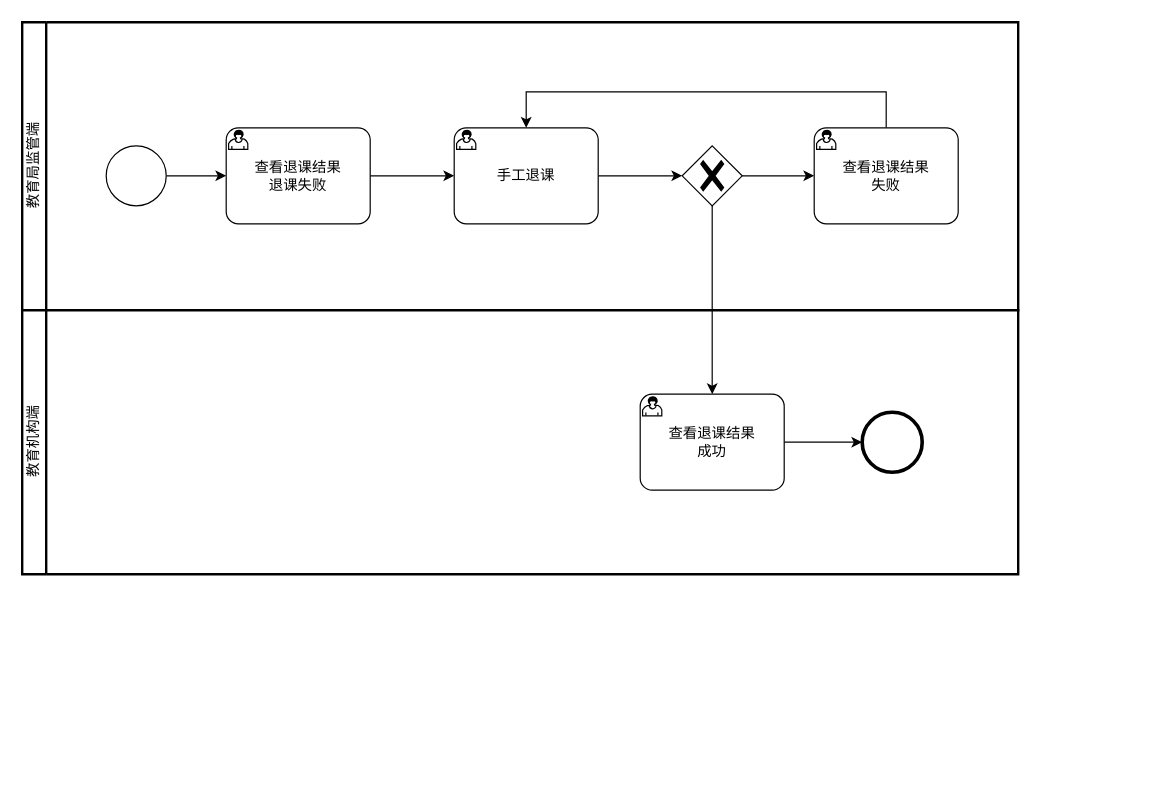
Earlier version of the draw.io diagram page "手工退课" (10 of 10) of docs/资金监管平台流程图.drawio (cuitaocrazy/supervision). Source tidied: cells renumbered, new cells numbered last; positions are measured from the earlier drawing's top-left corner, leaving out a move shared by most shapes. Both pictures are drawn from the tidied source at 120%, with x=0, y=0 at pixel (22, 22).
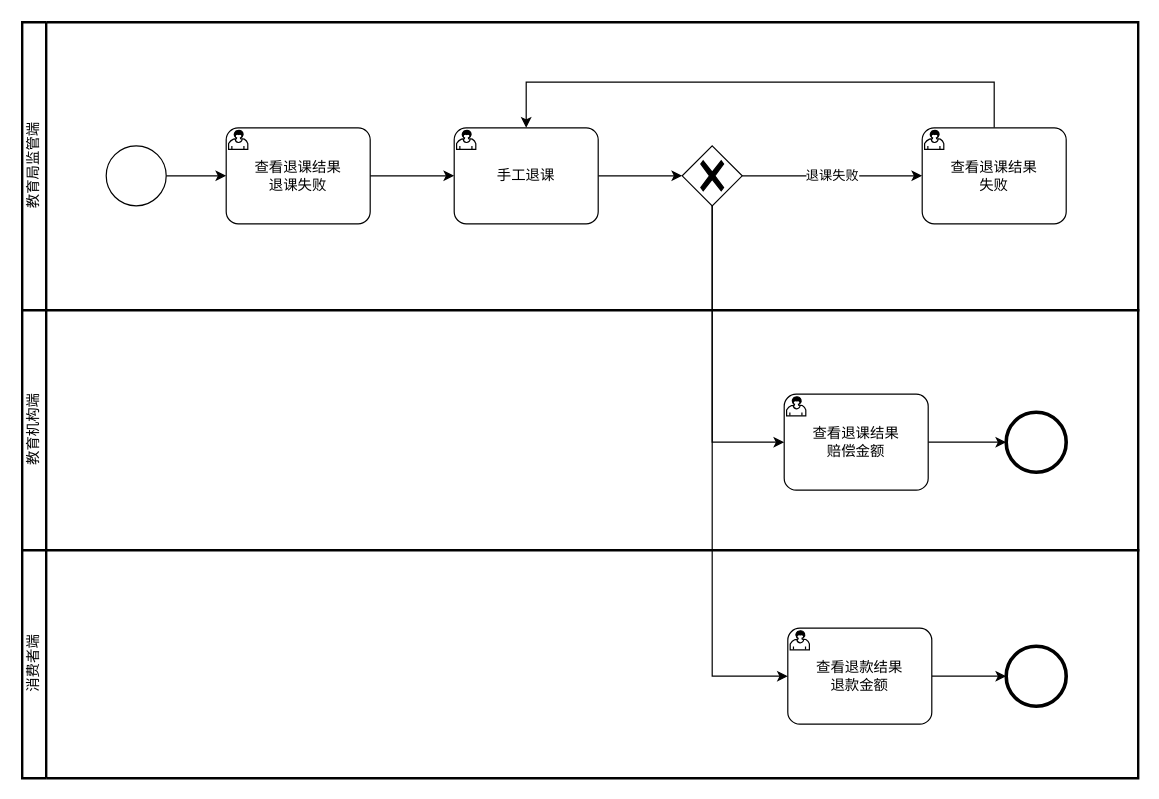
The same diagram, later.

Unchanged cells that the change refers to:
```xml
<mxCell id="8" value="手工退课" style="points=[[0.25,0,0],[0.5,0,0],[0.75,0,0],[1,0.25,0],[1,0.5,0],[1,0.75,0],[0.75,1,0],[0.5,1,0],[0.25,1,0],[0,0.75,0],[0,0.5,0],[0,0.25,0]];shape=mxgraph.bpmn.task;whiteSpace=wrap;rectStyle=rounded;size=10;taskMarker=user;" parent="2" vertex="1">
  <mxGeometry x="360" y="88" width="120" height="80" as="geometry" />
</mxCell>
<mxCell id="10" style="points=[[0.25,0.25,0],[0.5,0,0],[0.75,0.25,0],[1,0.5,0],[0.75,0.75,0],[0.5,1,0],[0.25,0.75,0],[0,0.5,0]];shape=mxgraph.bpmn.gateway2;html=1;verticalLabelPosition=bottom;labelBackgroundColor=#ffffff;verticalAlign=top;align=center;perimeter=rhombusPerimeter;outlineConnect=0;outline=none;symbol=none;gwType=exclusive;" parent="2" vertex="1">
  <mxGeometry x="550" y="103" width="50" height="50" as="geometry" />
</mxCell>
```

What changed in the source:
```diff
@@
     <mxCell id="2" value="教育局监管端" style="swimlane;html=1;startSize=20;fontStyle=0;horizontal=0;swimlaneLine=1;swimlaneFillColor=#ffffff;strokeWidth=2;" parent="1" vertex="1">
-      <mxGeometry width="830" height="240" as="geometry" />
+      <mxGeometry width="930" height="240" as="geometry" />
     </mxCell>
@@
-    <mxCell id="9" style="edgeStyle=orthogonalEdgeStyle;rounded=0;jettySize=auto;html=1;" parent="2" edge="1" source="10" target="12">
+    <mxCell id="9" value="退课失败" style="edgeStyle=orthogonalEdgeStyle;rounded=0;jettySize=auto;html=1;" parent="2" edge="1" source="10" target="12">
       <mxGeometry relative="1" as="geometry" />
     </mxCell>
@@
     <mxCell id="11" style="edgeStyle=orthogonalEdgeStyle;rounded=0;jettySize=auto;html=1;entryX=0.5;entryY=0;entryDx=0;entryDy=0;entryPerimeter=0;" parent="2" edge="1" source="12" target="8">
       <mxGeometry relative="1" as="geometry">
         <Array as="points">
-          <mxPoint x="720" y="58" />
-          <mxPoint x="420" y="58" />
+          <mxPoint x="810" y="50" />
+          <mxPoint x="420" y="50" />
         </Array>
       </mxGeometry>
     </mxCell>
     <mxCell id="12" value="查看退课结果&#10;失败" style="points=[[0.25,0,0],[0.5,0,0],[0.75,0,0],[1,0.25,0],[1,0.5,0],[1,0.75,0],[0.75,1,0],[0.5,1,0],[0.25,1,0],[0,0.75,0],[0,0.5,0],[0,0.25,0]];shape=mxgraph.bpmn.task;whiteSpace=wrap;rectStyle=rounded;size=10;taskMarker=user;" parent="2" vertex="1">
-      <mxGeometry x="660" y="88" width="120" height="80" as="geometry" />
+      <mxGeometry x="750" y="88" width="120" height="80" as="geometry" />
     </mxCell>
     <mxCell id="13" value="教育机构端" style="swimlane;html=1;startSize=20;fontStyle=0;horizontal=0;swimlaneLine=1;swimlaneFillColor=#ffffff;strokeWidth=2;" parent="1" vertex="1">
-      <mxGeometry y="240" width="830" height="220" as="geometry" />
+      <mxGeometry y="240" width="930" height="200" as="geometry" />
     </mxCell>
@@
-    <mxCell id="15" value="查看退课结果&#10;成功" style="points=[[0.25,0,0],[0.5,0,0],[0.75,0,0],[1,0.25,0],[1,0.5,0],[1,0.75,0],[0.75,1,0],[0.5,1,0],[0.25,1,0],[0,0.75,0],[0,0.5,0],[0,0.25,0]];shape=mxgraph.bpmn.task;whiteSpace=wrap;rectStyle=rounded;size=10;taskMarker=user;" parent="13" vertex="1">
-      <mxGeometry x="515" y="70" width="120" height="80" as="geometry" />
+    <mxCell id="15" value="查看退课结果&#10;赔偿金额" style="points=[[0.25,0,0],[0.5,0,0],[0.75,0,0],[1,0.25,0],[1,0.5,0],[1,0.75,0],[0.75,1,0],[0.5,1,0],[0.25,1,0],[0,0.75,0],[0,0.5,0],[0,0.25,0]];shape=mxgraph.bpmn.task;whiteSpace=wrap;rectStyle=rounded;size=10;taskMarker=user;" parent="13" vertex="1">
+      <mxGeometry x="635" y="70" width="120" height="80" as="geometry" />
     </mxCell>
     <mxCell id="16" style="points=[[0.145,0.145,0],[0.5,0,0],[0.855,0.145,0],[1,0.5,0],[0.855,0.855,0],[0.5,1,0],[0.145,0.855,0],[0,0.5,0]];shape=mxgraph.bpmn.event;html=1;verticalLabelPosition=bottom;labelBackgroundColor=#ffffff;verticalAlign=top;align=center;perimeter=ellipsePerimeter;outlineConnect=0;outline=end;symbol=terminate2;" parent="13" vertex="1">
-      <mxGeometry x="700" y="85" width="50" height="50" as="geometry" />
+      <mxGeometry x="820" y="85" width="50" height="50" as="geometry" />
     </mxCell>
+    <mxCell id="18" value="消费者端" style="swimlane;html=1;startSize=20;fontStyle=0;horizontal=0;swimlaneLine=1;swimlaneFillColor=#ffffff;strokeWidth=2;" parent="1" vertex="1">
+      <mxGeometry y="440" width="930" height="190" as="geometry" />
+    </mxCell>
+    <mxCell id="19" style="edgeStyle=orthogonalEdgeStyle;rounded=0;jettySize=auto;html=1;" parent="18" edge="1" source="20" target="21">
+      <mxGeometry relative="1" as="geometry" />
+    </mxCell>
+    <mxCell id="20" value="查看退款结果&#10;退款金额" style="points=[[0.25,0,0],[0.5,0,0],[0.75,0,0],[1,0.25,0],[1,0.5,0],[1,0.75,0],[0.75,1,0],[0.5,1,0],[0.25,1,0],[0,0.75,0],[0,0.5,0],[0,0.25,0]];shape=mxgraph.bpmn.task;whiteSpace=wrap;rectStyle=rounded;size=10;taskMarker=user;" parent="18" vertex="1">
+      <mxGeometry x="638" y="65" width="120" height="80" as="geometry" />
+    </mxCell>
+    <mxCell id="21" style="points=[[0.145,0.145,0],[0.5,0,0],[0.855,0.145,0],[1,0.5,0],[0.855,0.855,0],[0.5,1,0],[0.145,0.855,0],[0,0.5,0]];shape=mxgraph.bpmn.event;html=1;verticalLabelPosition=bottom;labelBackgroundColor=#ffffff;verticalAlign=top;align=center;perimeter=ellipsePerimeter;outlineConnect=0;outline=end;symbol=terminate2;" parent="18" vertex="1">
+      <mxGeometry x="820" y="80" width="50" height="50" as="geometry" />
+    </mxCell>
-    <mxCell id="17" style="edgeStyle=orthogonalEdgeStyle;rounded=0;jettySize=auto;html=1;entryX=0.5;entryY=0;entryDx=0;entryDy=0;entryPerimeter=0;" parent="1" edge="1" source="10" target="15">
+    <mxCell id="17" style="edgeStyle=orthogonalEdgeStyle;rounded=0;jettySize=auto;html=1;entryX=0;entryY=0.5;entryDx=0;entryDy=0;entryPerimeter=0;exitX=0.5;exitY=1;exitDx=0;exitDy=0;exitPerimeter=0;" parent="1" edge="1" source="10" target="15">
       <mxGeometry relative="1" as="geometry" />
     </mxCell>
+    <mxCell id="22" style="edgeStyle=orthogonalEdgeStyle;rounded=0;jettySize=auto;html=1;" parent="1" edge="1" source="10" target="20">
+      <mxGeometry relative="1" as="geometry">
+        <Array as="points">
+          <mxPoint x="575" y="545" />
+        </Array>
+      </mxGeometry>
+    </mxCell>
```
